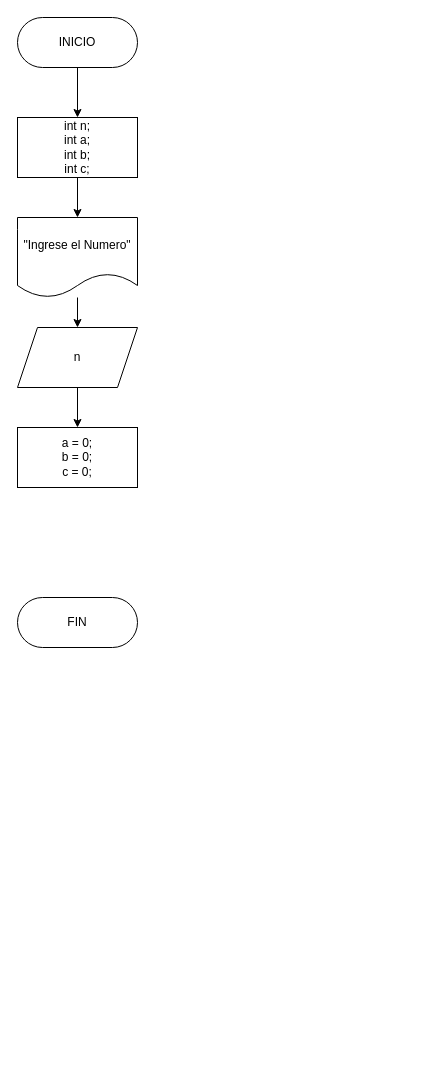
Earlier version of the draw.io diagram Trabajo Práctico Número 1 - Algoritmos y DF/Diagramas/Ejercicio 07.drawio (Fran2109/Algoritmos_y_Estructuras_de_Datos). Source tidied: cells renumbered, new cells numbered last; positions are measured from the earlier drawing's top-left corner, leaving out a move shared by most shapes. Both pictures are drawn from the tidied source at 100%, with x=0, y=0 at pixel (17, 17).
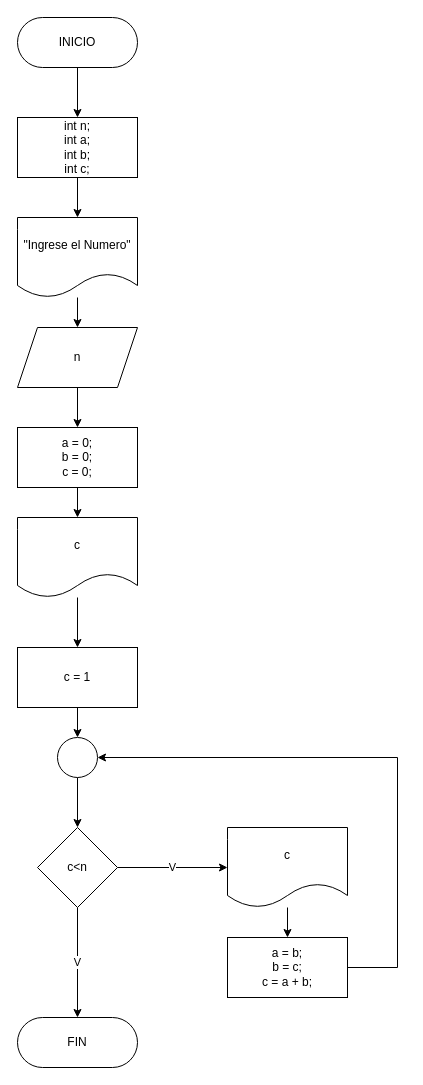
Above is the later version.

Unchanged cells that the change refers to:
```xml
<mxCell id="11" value="a = 0;&lt;br&gt;b = 0;&lt;br&gt;c = 0;" style="rounded=0;whiteSpace=wrap;html=1;" parent="1" vertex="1">
  <mxGeometry y="410" width="120" height="60" as="geometry" />
</mxCell>
```

The edit, as a diff of the source:
```diff
@@
-    <mxCell id="4" value="FIN" style="rounded=1;whiteSpace=wrap;html=1;arcSize=50;" parent="1" vertex="1">
-      <mxGeometry y="580" width="120" height="50" as="geometry" />
-    </mxCell>
@@
+    <mxCell id="12" style="edgeStyle=orthogonalEdgeStyle;rounded=0;jettySize=auto;html=1;" parent="1" edge="1" source="11" target="14">
+      <mxGeometry relative="1" as="geometry" />
+    </mxCell>
@@
+    <mxCell id="13" style="edgeStyle=orthogonalEdgeStyle;rounded=0;jettySize=auto;html=1;" parent="1" edge="1" source="14" target="21">
+      <mxGeometry relative="1" as="geometry" />
+    </mxCell>
+    <mxCell id="14" value="c" style="shape=document;whiteSpace=wrap;html=1;boundedLbl=1;" parent="1" vertex="1">
+      <mxGeometry y="500" width="120" height="80" as="geometry" />
+    </mxCell>
+    <mxCell id="15" value="V" style="edgeStyle=orthogonalEdgeStyle;rounded=0;jettySize=auto;html=1;entryX=0;entryY=0.5;entryDx=0;entryDy=0;" parent="1" edge="1" source="17" target="23">
+      <mxGeometry relative="1" as="geometry" />
+    </mxCell>
+    <mxCell id="16" value="V" style="edgeStyle=orthogonalEdgeStyle;rounded=0;jettySize=auto;html=1;entryX=0.5;entryY=0;entryDx=0;entryDy=0;" parent="1" edge="1" source="17" target="4">
+      <mxGeometry relative="1" as="geometry" />
+    </mxCell>
+    <mxCell id="17" value="c&amp;lt;n" style="rhombus;whiteSpace=wrap;html=1;" parent="1" vertex="1">
+      <mxGeometry x="20" y="810" width="80" height="80" as="geometry" />
+    </mxCell>
+    <mxCell id="18" style="edgeStyle=orthogonalEdgeStyle;rounded=0;jettySize=auto;html=1;entryX=1;entryY=0.5;entryDx=0;entryDy=0;" parent="1" edge="1" source="19" target="25">
+      <mxGeometry relative="1" as="geometry">
+        <Array as="points">
+          <mxPoint x="380" y="950" />
+          <mxPoint x="380" y="740" />
+        </Array>
+      </mxGeometry>
+    </mxCell>
+    <mxCell id="19" value="a = b;&lt;br&gt;b = c;&lt;br&gt;c = a + b;" style="rounded=0;whiteSpace=wrap;html=1;" parent="1" vertex="1">
+      <mxGeometry x="210" y="920" width="120" height="60" as="geometry" />
+    </mxCell>
+    <mxCell id="20" style="edgeStyle=orthogonalEdgeStyle;rounded=0;jettySize=auto;html=1;" parent="1" edge="1" source="21" target="25">
+      <mxGeometry relative="1" as="geometry" />
+    </mxCell>
+    <mxCell id="21" value="c = 1" style="rounded=0;whiteSpace=wrap;html=1;" parent="1" vertex="1">
+      <mxGeometry y="630" width="120" height="60" as="geometry" />
+    </mxCell>
+    <mxCell id="22" style="edgeStyle=orthogonalEdgeStyle;rounded=0;jettySize=auto;html=1;" parent="1" edge="1" source="23" target="19">
+      <mxGeometry relative="1" as="geometry" />
+    </mxCell>
+    <mxCell id="23" value="c" style="shape=document;whiteSpace=wrap;html=1;boundedLbl=1;" parent="1" vertex="1">
+      <mxGeometry x="210" y="810" width="120" height="80" as="geometry" />
+    </mxCell>
+    <mxCell id="24" style="edgeStyle=orthogonalEdgeStyle;rounded=0;jettySize=auto;html=1;" parent="1" edge="1" source="25" target="17">
+      <mxGeometry relative="1" as="geometry" />
+    </mxCell>
+    <mxCell id="25" style="ellipse;whiteSpace=wrap;html=1;" parent="1" vertex="1">
+      <mxGeometry x="40" y="720" width="40" height="40" as="geometry" />
+    </mxCell>
+    <mxCell id="4" value="FIN" style="rounded=1;whiteSpace=wrap;html=1;arcSize=50;" parent="1" vertex="1">
+      <mxGeometry y="1000" width="120" height="50" as="geometry" />
+    </mxCell>
```
